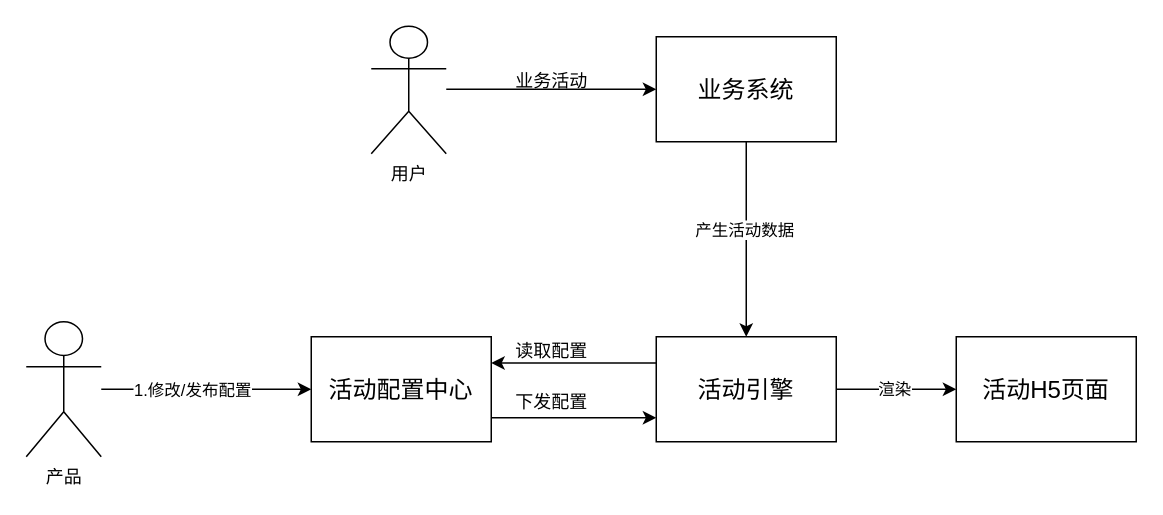
Before: assets/活动整体流程.drawio in steveguoshao/study-notes, a draw.io diagram. Source tidied: cells renumbered, new cells numbered last; positions are measured from the earlier drawing's top-left corner, leaving out a move shared by most shapes. Both pictures are drawn from the tidied source at 150%, with x=0, y=0 at pixel (26, 26).
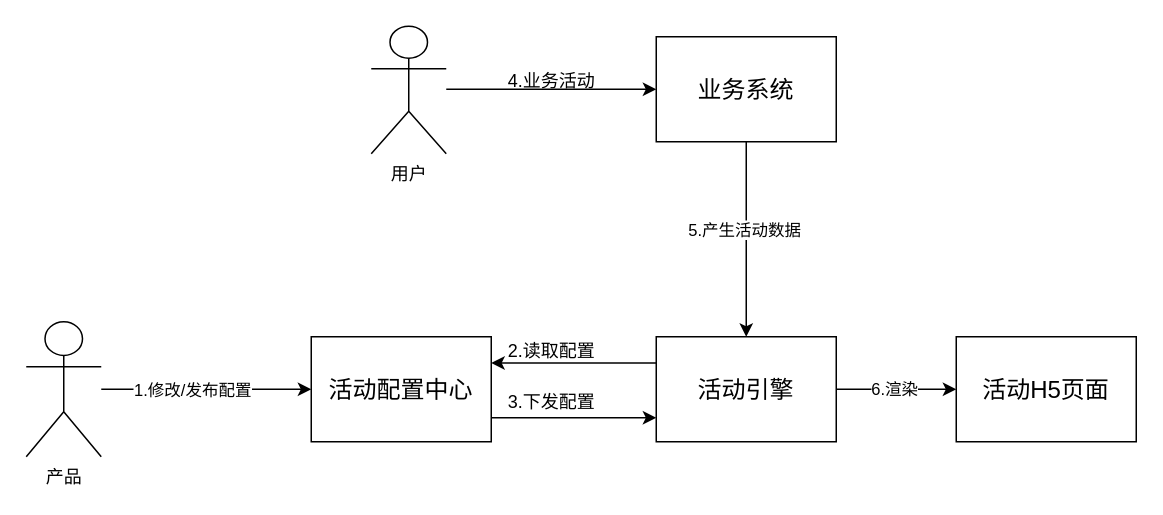
After the change.

Commit message:
Update 活动整体流程.drawio

Unchanged cells that the change refers to:
```xml
<mxCell id="7" style="edgeStyle=orthogonalEdgeStyle;rounded=0;jettySize=auto;html=1;" parent="1" edge="1" source="9">
  <mxGeometry relative="1" as="geometry">
    <mxPoint x="620" y="242" as="targetPoint" />
  </mxGeometry>
</mxCell>
<mxCell id="16" style="endArrow=classic;html=1;entryX=0.5;entryY=0;entryDx=0;entryDy=0;exitX=0.5;exitY=1;exitDx=0;exitDy=0;" parent="1" edge="1" source="15" target="9">
  <mxGeometry relative="1" as="geometry" />
</mxCell>
```

The edit, as a diff of the source:
```diff
@@
-    <mxCell id="8" value="渲染" style="edgeLabel;html=1;align=center;verticalAlign=middle;" parent="7" vertex="1">
+    <mxCell id="8" value="6.渲染" style="edgeLabel;html=1;align=center;verticalAlign=middle;" parent="7" vertex="1">
       <mxGeometry x="-0.05" y="1" relative="1" as="geometry" />
     </mxCell>
@@
-    <mxCell id="10" value="下发配置" style="text;html=1;align=center;verticalAlign=middle;strokeColor=none;" parent="1" vertex="1">
-      <mxGeometry x="320" y="241" width="60" height="20" as="geometry" />
+    <mxCell id="10" value="3.下发配置" style="text;html=1;align=center;verticalAlign=middle;strokeColor=none;" parent="1" vertex="1">
+      <mxGeometry x="315" y="241" width="70" height="20" as="geometry" />
     </mxCell>
@@
-    <mxCell id="12" value="读取配置" style="text;html=1;align=center;verticalAlign=middle;strokeColor=none;" parent="1" vertex="1">
-      <mxGeometry x="320" y="207" width="60" height="20" as="geometry" />
+    <mxCell id="12" value="2.读取配置" style="text;html=1;align=center;verticalAlign=middle;strokeColor=none;" parent="1" vertex="1">
+      <mxGeometry x="315" y="207" width="70" height="20" as="geometry" />
     </mxCell>
@@
-    <mxCell id="17" value="产生活动数据" style="edgeLabel;html=1;align=center;verticalAlign=middle;" parent="16" vertex="1">
+    <mxCell id="17" value="5.产生活动数据" style="edgeLabel;html=1;align=center;verticalAlign=middle;" parent="16" vertex="1">
       <mxGeometry x="-0.11" y="-2" relative="1" as="geometry" />
     </mxCell>
@@
-    <mxCell id="19" value="业务活动" style="text;html=1;align=center;verticalAlign=middle;strokeColor=none;" parent="1" vertex="1">
-      <mxGeometry x="320" y="27" width="60" height="20" as="geometry" />
+    <mxCell id="19" value="4.业务活动" style="text;html=1;align=center;verticalAlign=middle;strokeColor=none;" parent="1" vertex="1">
+      <mxGeometry x="315" y="27" width="70" height="20" as="geometry" />
     </mxCell>
```
